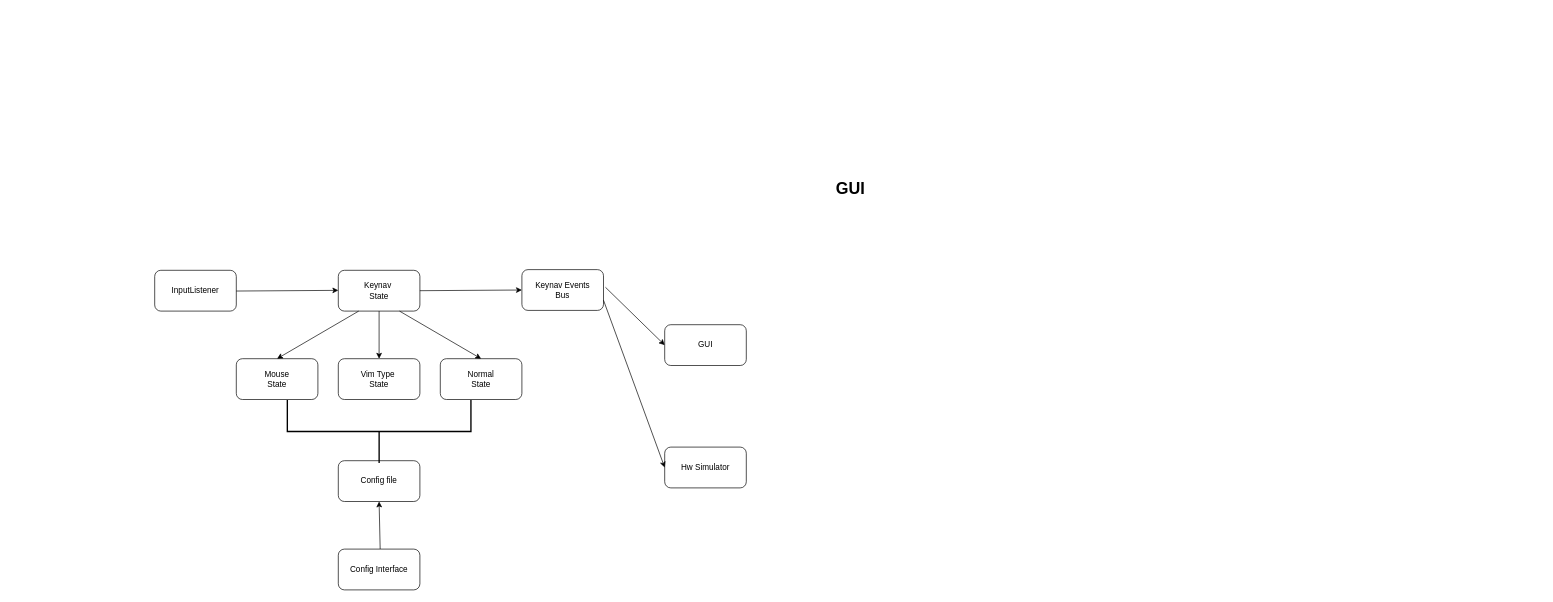
This is linux-wayland/keynav_diagram.drawio from Oscar-Jarrin/KeyNav, a draw.io file, before an edit. Source tidied: cells renumbered, new cells numbered last; positions are measured from the earlier drawing's top-left corner, leaving out a move shared by most shapes. Both pictures are drawn from the tidied source at 68%, with x=0, y=0 at pixel (154, 175).
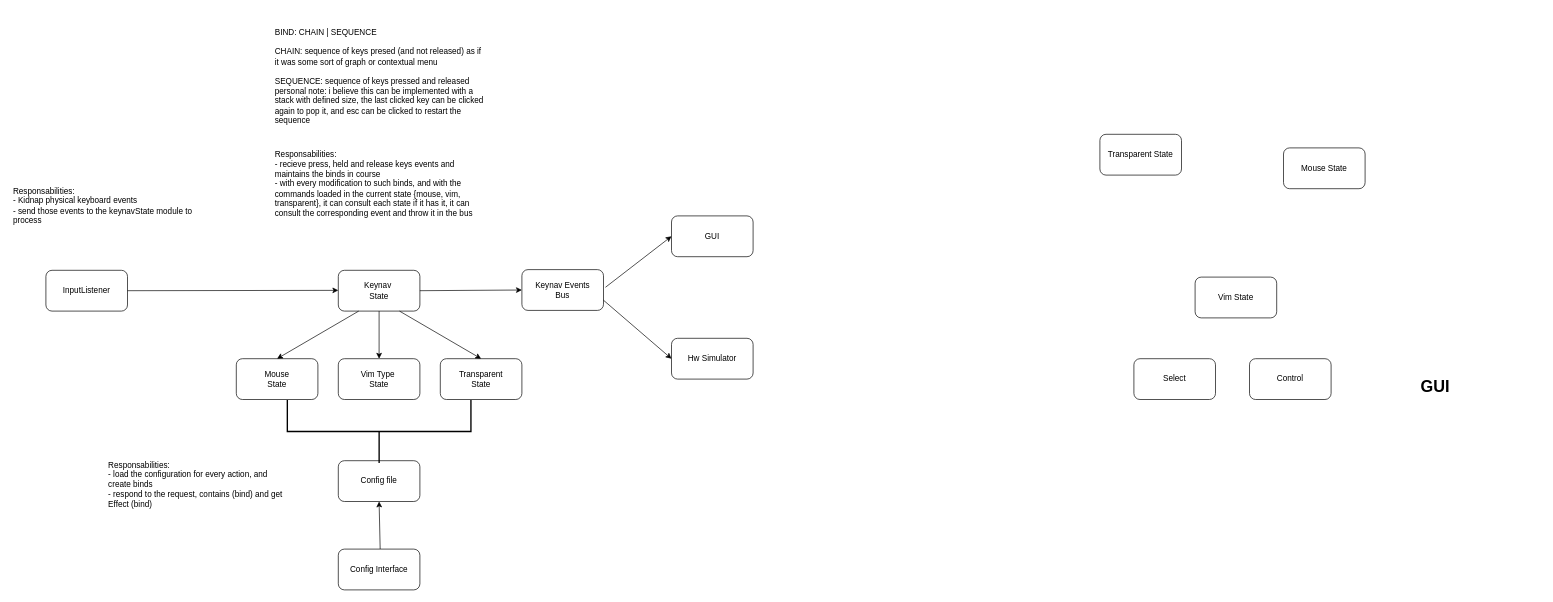
The same page after the edit.

Commit message (it also covers changes not shown here):
adding vim control and select state grammar, and adding modules responsabilities descriptions to the diagram

Change to the diagram source:
```diff
@@
     <mxCell id="4" value="Hw Simulator" style="rounded=1;whiteSpace=wrap;html=1;" parent="1" vertex="1">
-      <mxGeometry x="750" y="400" width="120" height="60" as="geometry" />
+      <mxGeometry x="760" y="240" width="120" height="60" as="geometry" />
     </mxCell>
     <mxCell id="5" value="GUI" style="rounded=1;whiteSpace=wrap;html=1;" parent="1" vertex="1">
-      <mxGeometry x="750" y="220" width="120" height="60" as="geometry" />
+      <mxGeometry x="760" y="60" width="120" height="60" as="geometry" />
     </mxCell>
@@
     <mxCell id="9" value="InputListener" style="rounded=1;whiteSpace=wrap;html=1;" parent="1" vertex="1">
-      <mxGeometry y="140" width="120" height="60" as="geometry" />
+      <mxGeometry x="-160" y="140" width="120" height="60" as="geometry" />
     </mxCell>
-    <mxCell id="10" style="endArrow=classic;html=1;rounded=0;entryX=0;entryY=0.5;entryDx=0;entryDy=0;exitX=1;exitY=0.5;exitDx=0;exitDy=0;" parent="1" edge="1">
+    <mxCell id="10" style="endArrow=classic;html=1;rounded=0;entryX=0;entryY=0.5;entryDx=0;entryDy=0;exitX=1;exitY=0.5;exitDx=0;exitDy=0;" parent="1" edge="1" source="9">
       <mxGeometry relative="1" as="geometry">
-        <mxPoint x="120" y="170.5" as="sourcePoint" />
         <mxPoint x="270" y="169.5" as="targetPoint" />
       </mxGeometry>
     </mxCell>
@@
-    <mxCell id="13" value="Normal&lt;div&gt;State&lt;/div&gt;" style="rounded=1;whiteSpace=wrap;html=1;" parent="1" vertex="1">
+    <mxCell id="13" value="Transparent&lt;br&gt;&lt;div&gt;State&lt;/div&gt;" style="rounded=1;whiteSpace=wrap;html=1;" parent="1" vertex="1">
       <mxGeometry x="420" y="270" width="120" height="60" as="geometry" />
     </mxCell>
@@
     <mxCell id="17" value="&lt;h1 style=&quot;margin-top: 0px;&quot;&gt;GUI&lt;/h1&gt;&lt;div&gt;&lt;br&gt;&lt;/div&gt;" style="text;html=1;whiteSpace=wrap;overflow=hidden;rounded=0;" parent="1" vertex="1">
-      <mxGeometry x="1000" width="180" height="120" as="geometry" />
+      <mxGeometry x="1860" y="290" width="180" height="120" as="geometry" />
     </mxCell>
@@
+    <mxCell id="22" value="Responsabilities:&lt;div&gt;- Kidnap physical keyboard events&lt;/div&gt;&lt;div&gt;- send those events to the keynavState module to process&lt;/div&gt;" style="text;html=1;whiteSpace=wrap;strokeColor=none;fillColor=none;align=left;verticalAlign=middle;rounded=0;" parent="1" vertex="1">
+      <mxGeometry x="-210" y="-10" width="310" height="110" as="geometry" />
+    </mxCell>
+    <mxCell id="23" value="Transparent State" style="rounded=1;whiteSpace=wrap;html=1;" parent="1" vertex="1">
+      <mxGeometry x="1390" y="-60" width="120" height="60" as="geometry" />
+    </mxCell>
+    <mxCell id="24" value="Mouse State" style="rounded=1;whiteSpace=wrap;html=1;" parent="1" vertex="1">
+      <mxGeometry x="1660" y="-40" width="120" height="60" as="geometry" />
+    </mxCell>
+    <mxCell id="25" value="Vim State" style="rounded=1;whiteSpace=wrap;html=1;" parent="1" vertex="1">
+      <mxGeometry x="1530" y="150" width="120" height="60" as="geometry" />
+    </mxCell>
+    <mxCell id="26" value="Control" style="rounded=1;whiteSpace=wrap;html=1;" parent="1" vertex="1">
+      <mxGeometry x="1610" y="270" width="120" height="60" as="geometry" />
+    </mxCell>
+    <mxCell id="27" value="Select" style="rounded=1;whiteSpace=wrap;html=1;" parent="1" vertex="1">
+      <mxGeometry x="1440" y="270" width="120" height="60" as="geometry" />
+    </mxCell>
+    <mxCell id="28" value="BIND: CHAIN | SEQUENCE&amp;nbsp;&lt;div&gt;&lt;br&gt;CHAIN: sequence of keys presed (and not released) as if it was some sort of graph or contextual menu&lt;/div&gt;&lt;div&gt;&lt;br&gt;&lt;/div&gt;&lt;div&gt;SEQUENCE: sequence of keys pressed and released&lt;/div&gt;&lt;div&gt;personal note: i believe this can be implemented with a stack with defined size, the last clicked key can be clicked again to pop it, and esc can be clicked to restart the sequence&amp;nbsp;&lt;/div&gt;" style="text;html=1;whiteSpace=wrap;strokeColor=none;fillColor=none;align=left;verticalAlign=middle;rounded=0;" parent="1" vertex="1">
+      <mxGeometry x="175" y="-240" width="310" height="190" as="geometry" />
+    </mxCell>
+    <mxCell id="29" value="Responsabilities:&lt;div&gt;- recieve press, held and release keys events and maintains the binds in course&lt;/div&gt;&lt;div&gt;- with every modification to such binds, and with the commands loaded in the current state {mouse, vim, transparent}, it can consult each state if it has it, it can consult the corresponding event and throw it in the bus&lt;span style=&quot;background-color: transparent; white-space: nowrap; color: rgba(0, 0, 0, 0); font-family: monospace; font-size: 0px;&quot;&gt;%3E%3Croot%3E%3CmxCell%20id%3D%220%22%2F%3E%3CmxCell%20id%3D%221%22%20parent%3D%220%22%2F%3E%3CmxCell%20id%3D%222%22%20parent%3D%221%22%20style%3D%22text%3Bhtml%3D1%3BwhiteSpace%3Dwrap%3Boverflow%3Dhidden%3Brounded%3D0%3B%22%20value%3D%22%26lt%3Bh1%20style%3D%26quot%3Bmargin-top%3A%200px%3B%26quot%3B%26gt%3BGUI%26lt%3B%2Fh1%26gt%3B%26lt%3Bdiv%26gt%3B%26lt%3Bbr%26gt%3B%26lt%3B%2Fdiv%26gt%3B%22%20vertex%3D%221%22%3E%3CmxGeometry%20height%3D%22120%22%20width%3D%22180%22%20x%3D%221130%22%20y%3D%22420%22%20as%3D%22geometry%22%2F%3E%3C%2FmxCell%3E%3C%2Froot%3E%3C%2FmxGraphModel%3E&lt;/span&gt;&lt;/div&gt;&lt;div&gt;&lt;span style=&quot;background-color: transparent; white-space: nowrap; color: rgba(0, 0, 0, 0); font-family: monospace; font-size: 0px;&quot;&gt;&lt;br&gt;&lt;/span&gt;&lt;/div&gt;" style="text;html=1;whiteSpace=wrap;strokeColor=none;fillColor=none;align=left;verticalAlign=middle;rounded=0;" parent="1" vertex="1">
+      <mxGeometry x="175" y="-60" width="310" height="160" as="geometry" />
+    </mxCell>
+    <mxCell id="30" value="Responsabilities:&lt;div&gt;- load the configuration for every action, and create binds&lt;/div&gt;&lt;div&gt;- respond to the request, contains (bind) and get&lt;br&gt;Effect (bind)&lt;/div&gt;" style="text;html=1;whiteSpace=wrap;strokeColor=none;fillColor=none;align=left;verticalAlign=middle;rounded=0;" parent="1" vertex="1">
+      <mxGeometry x="-70" y="400" width="270" height="110" as="geometry" />
+    </mxCell>
```
